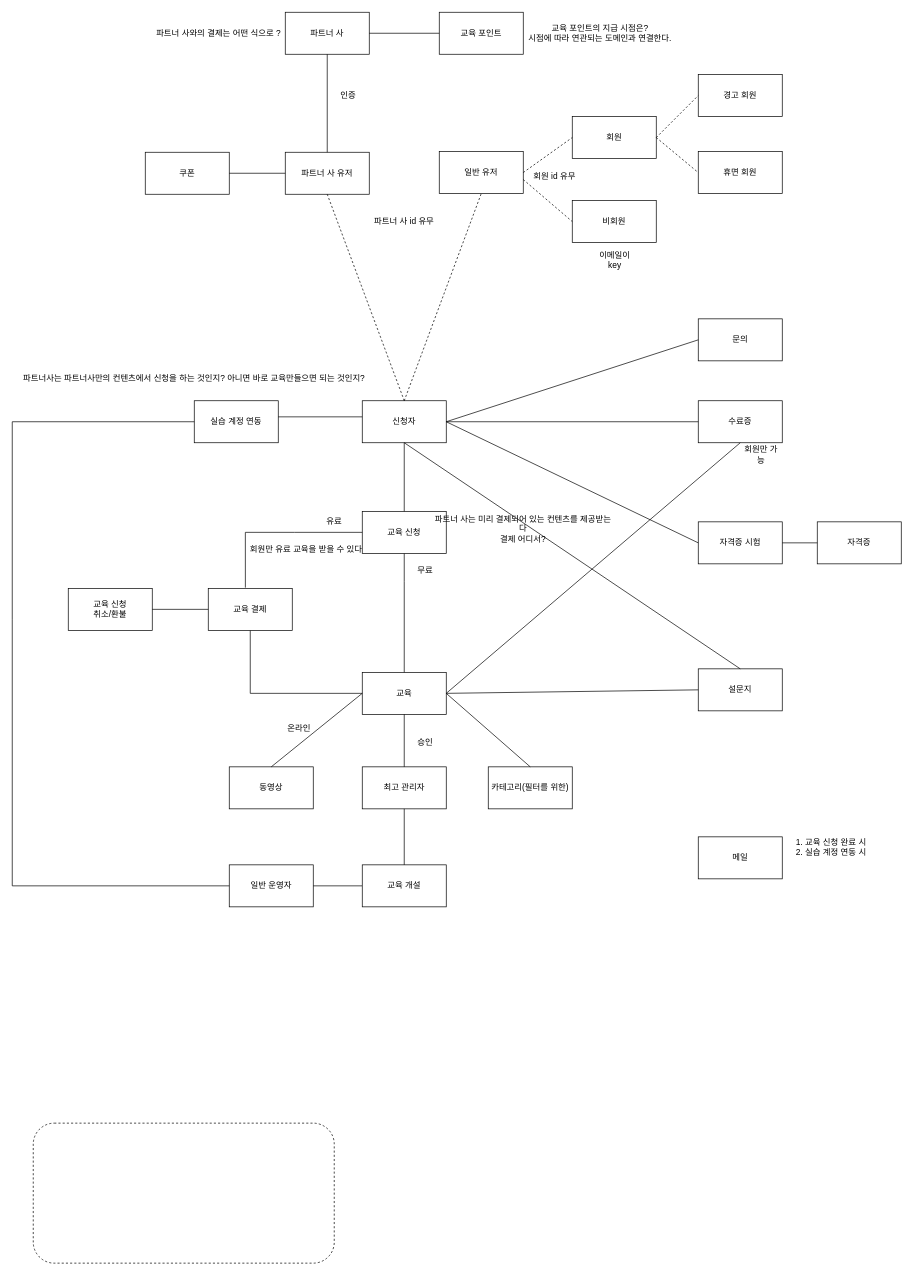
Earlier version of the draw.io diagram Untitled Diagram.drawio (Ganjinajae/algorithm). Source tidied: cells renumbered, new cells numbered last; positions are measured from the earlier drawing's top-left corner, leaving out a move shared by most shapes. Both pictures are drawn from the tidied source at 70%, with x=0, y=0 at pixel (12, 12).
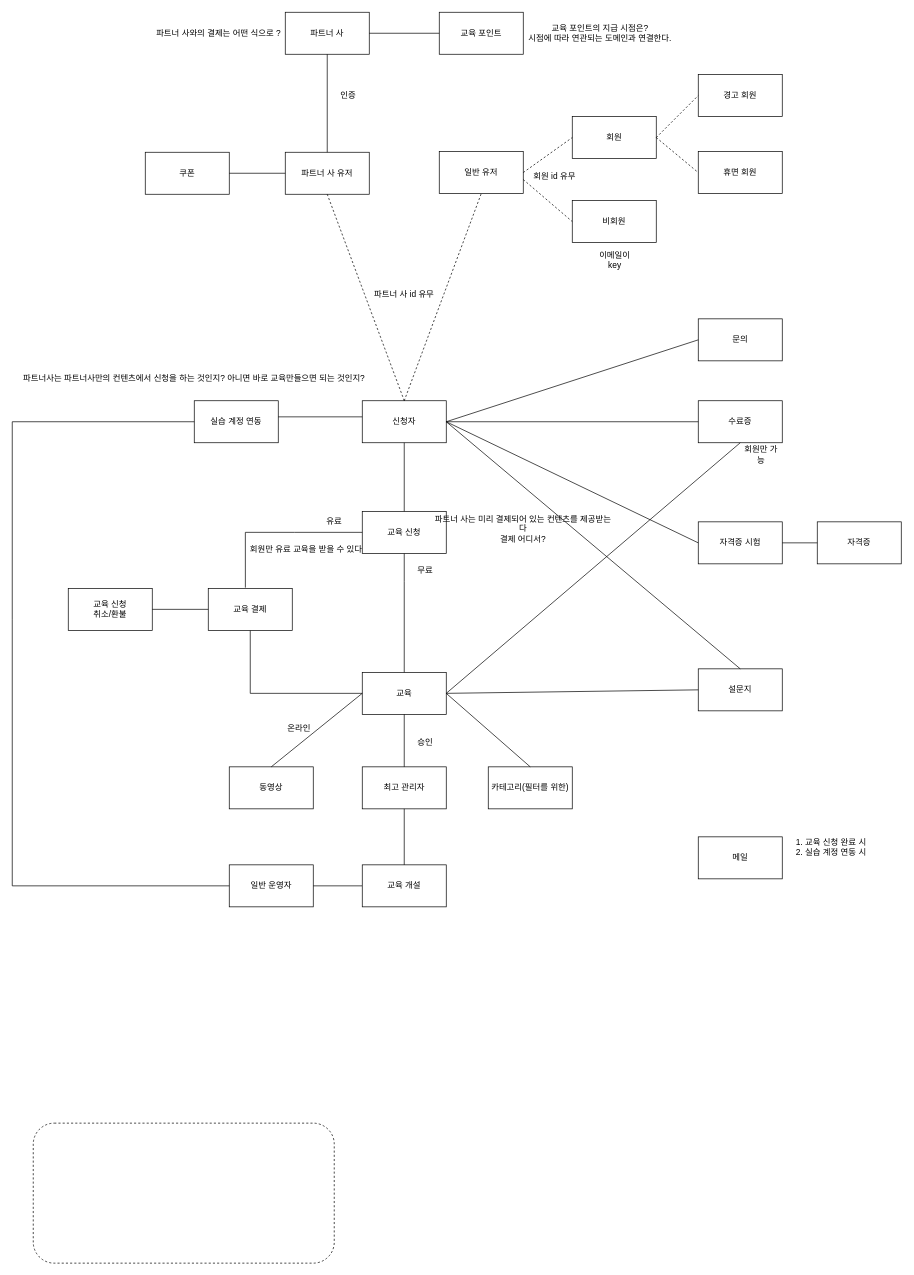
After the change.

Unchanged cells that the change refers to:
```xml
<mxCell id="3" value="신청자" style="rounded=0;whiteSpace=wrap;html=1;" parent="1" vertex="1">
  <mxGeometry x="500" y="555" width="120" height="60" as="geometry" />
</mxCell>
<mxCell id="31" value="설문지" style="rounded=0;whiteSpace=wrap;html=1;" parent="1" vertex="1">
  <mxGeometry x="980" y="938" width="120" height="60" as="geometry" />
</mxCell>
```

The edit, as a diff of the source:
```diff
@@
     <mxCell id="41" value="파트너 사 id 유무" style="text;html=1;strokeColor=none;fillColor=none;align=center;verticalAlign=middle;whiteSpace=wrap;rounded=0;" parent="1" vertex="1">
-      <mxGeometry x="510" y="284" width="100" height="30" as="geometry" />
+      <mxGeometry x="510" y="388" width="100" height="30" as="geometry" />
     </mxCell>
@@
-    <mxCell id="59" style="endArrow=none;html=1;rounded=0;entryX=0.5;entryY=1;entryDx=0;entryDy=0;exitX=0.5;exitY=0;exitDx=0;exitDy=0;" parent="1" edge="1" source="31" target="3">
+    <mxCell id="59" style="endArrow=none;html=1;rounded=0;entryX=1;entryY=0.5;entryDx=0;entryDy=0;exitX=0.5;exitY=0;exitDx=0;exitDy=0;" parent="1" edge="1" source="31" target="3">
       <mxGeometry relative="1" as="geometry" />
     </mxCell>
```
